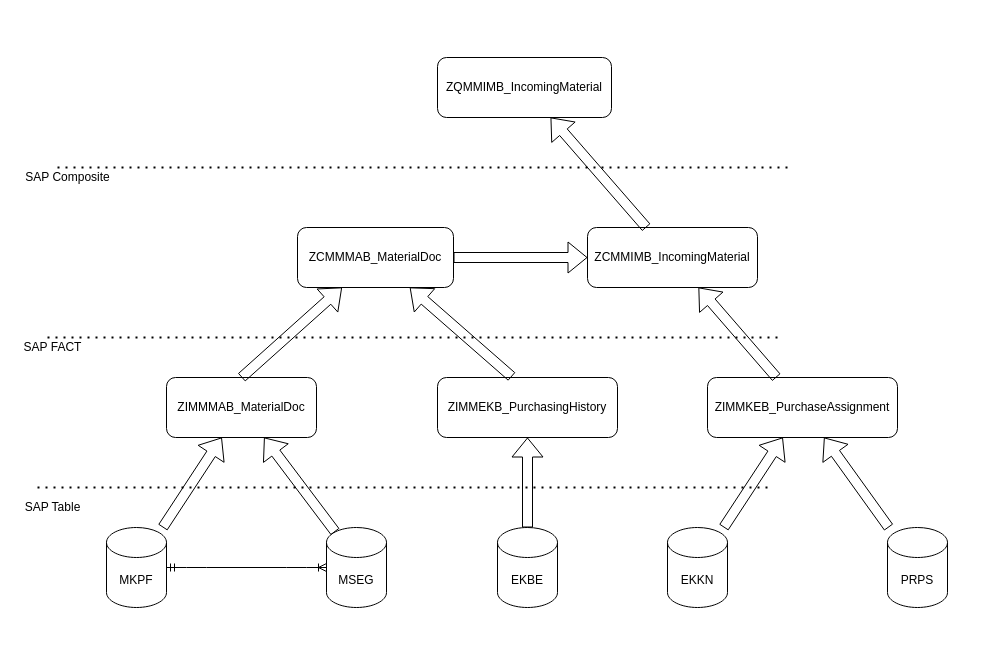
Before: 3.Wareneingang.drawio in deguotaoma/Aufgaben, a draw.io diagram. Source tidied: cells renumbered, new cells numbered last; positions are measured from the earlier drawing's top-left corner, leaving out a move shared by most shapes. Both pictures are drawn from the tidied source at 100%, with x=0, y=0 at pixel (17, 57).
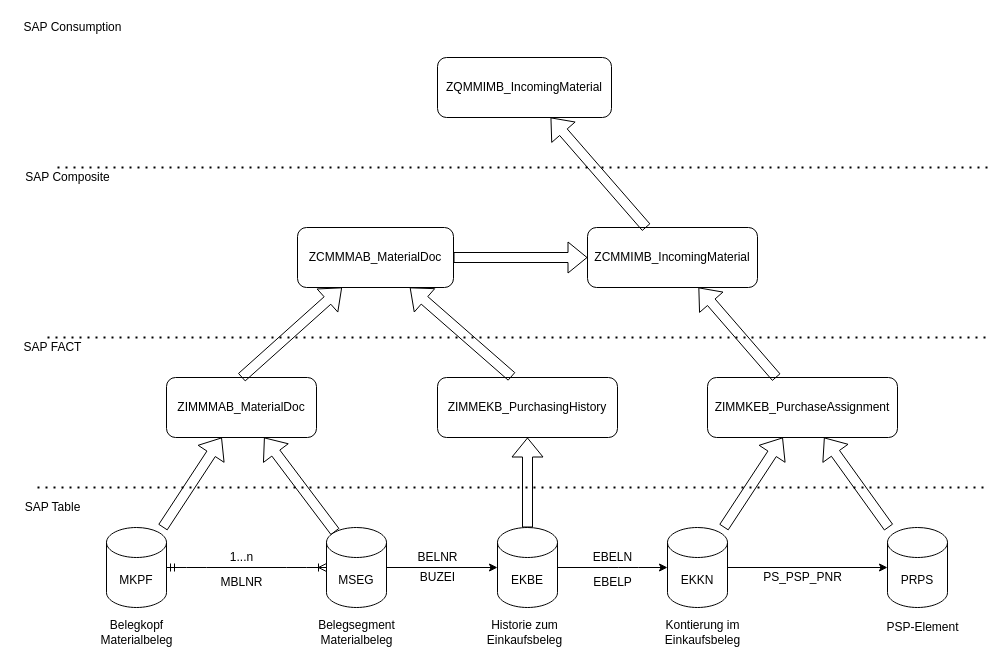
After the change.

The change refers to these unchanged cells:
```xml
<mxCell id="9" value="MSEG" style="shape=cylinder3;whiteSpace=wrap;html=1;boundedLbl=1;backgroundOutline=1;size=15;" parent="1" vertex="1">
  <mxGeometry x="309" y="470" width="60" height="80" as="geometry" />
</mxCell>
<mxCell id="14" value="EKBE" style="shape=cylinder3;whiteSpace=wrap;html=1;boundedLbl=1;backgroundOutline=1;size=15;" parent="1" vertex="1">
  <mxGeometry x="480" y="470" width="60" height="80" as="geometry" />
</mxCell>
<mxCell id="16" value="EKKN" style="shape=cylinder3;whiteSpace=wrap;html=1;boundedLbl=1;backgroundOutline=1;size=15;" parent="1" vertex="1">
  <mxGeometry x="650" y="470" width="60" height="80" as="geometry" />
</mxCell>
```

Diff of the diagram source:
```diff
@@
     <mxCell id="2" style="endArrow=none;dashed=1;html=1;dashPattern=1 3;strokeWidth=2;" parent="1" edge="1">
       <mxGeometry relative="1" as="geometry">
         <mxPoint x="20" y="430" as="sourcePoint" />
-        <mxPoint x="750" y="430" as="targetPoint" />
+        <mxPoint x="970" y="430" as="targetPoint" />
       </mxGeometry>
     </mxCell>
@@
     <mxCell id="5" style="endArrow=none;dashed=1;html=1;dashPattern=1 3;strokeWidth=2;" parent="1" edge="1">
       <mxGeometry relative="1" as="geometry">
         <mxPoint x="30" y="280" as="sourcePoint" />
-        <mxPoint x="760" y="280" as="targetPoint" />
+        <mxPoint x="970" y="280" as="targetPoint" />
       </mxGeometry>
     </mxCell>
@@
     <mxCell id="7" style="endArrow=none;dashed=1;html=1;dashPattern=1 3;strokeWidth=2;" parent="1" edge="1">
       <mxGeometry relative="1" as="geometry">
         <mxPoint x="40" y="110" as="sourcePoint" />
-        <mxPoint x="775" y="110" as="targetPoint" />
+        <mxPoint x="970" y="110" as="targetPoint" />
       </mxGeometry>
     </mxCell>
@@
+    <mxCell id="30" style="endArrow=classic;html=1;" parent="1" edge="1" source="9" target="14">
+      <mxGeometry relative="1" as="geometry" />
+    </mxCell>
+    <mxCell id="31" value="BELNR" style="text;html=1;align=center;verticalAlign=middle;strokeColor=none;" parent="1" vertex="1">
+      <mxGeometry x="390" y="490" width="60" height="20" as="geometry" />
+    </mxCell>
+    <mxCell id="32" value="BUZEI" style="text;html=1;align=center;verticalAlign=middle;strokeColor=none;" parent="1" vertex="1">
+      <mxGeometry x="395" y="510" width="50" height="20" as="geometry" />
+    </mxCell>
+    <mxCell id="33" style="endArrow=classic;html=1;entryX=0;entryY=0.5;entryDx=0;entryDy=0;entryPerimeter=0;" parent="1" edge="1" target="16">
+      <mxGeometry relative="1" as="geometry">
+        <mxPoint x="540" y="510" as="sourcePoint" />
+        <Array as="points">
+          <mxPoint x="611" y="510" />
+        </Array>
+      </mxGeometry>
+    </mxCell>
+    <mxCell id="34" value="EBELN" style="text;html=1;align=center;verticalAlign=middle;strokeColor=none;" parent="1" vertex="1">
+      <mxGeometry x="570" y="490" width="50" height="20" as="geometry" />
+    </mxCell>
+    <mxCell id="35" value="EBELP" style="text;html=1;align=center;verticalAlign=middle;strokeColor=none;" parent="1" vertex="1">
+      <mxGeometry x="570" y="515" width="50" height="20" as="geometry" />
+    </mxCell>
+    <mxCell id="36" style="endArrow=classic;html=1;" parent="1" edge="1">
+      <mxGeometry relative="1" as="geometry">
+        <mxPoint x="710" y="510" as="sourcePoint" />
+        <mxPoint x="870" y="510" as="targetPoint" />
+      </mxGeometry>
+    </mxCell>
+    <mxCell id="37" value="PS_PSP_PNR" style="text;html=1;align=center;verticalAlign=middle;strokeColor=none;" parent="1" vertex="1">
+      <mxGeometry x="740" y="510" width="90" height="20" as="geometry" />
+    </mxCell>
+    <mxCell id="38" value="Belegsegment&lt;br&gt;Materialbeleg" style="text;html=1;align=center;verticalAlign=middle;strokeColor=none;" parent="1" vertex="1">
+      <mxGeometry x="294" y="560" width="90" height="30" as="geometry" />
+    </mxCell>
+    <mxCell id="39" value="Belegkopf&lt;br&gt;Materialbeleg" style="text;html=1;align=center;verticalAlign=middle;strokeColor=none;" parent="1" vertex="1">
+      <mxGeometry x="74" y="560" width="90" height="30" as="geometry" />
+    </mxCell>
+    <mxCell id="40" value="Historie zum &lt;br&gt;Einkaufsbeleg" style="text;html=1;align=center;verticalAlign=middle;strokeColor=none;" parent="1" vertex="1">
+      <mxGeometry x="462" y="560" width="90" height="30" as="geometry" />
+    </mxCell>
+    <mxCell id="41" value="Kontierung im&lt;br&gt;Einkaufsbeleg" style="text;html=1;align=center;verticalAlign=middle;strokeColor=none;" parent="1" vertex="1">
+      <mxGeometry x="640" y="560" width="90" height="30" as="geometry" />
+    </mxCell>
+    <mxCell id="42" value="PSP-Element" style="text;html=1;align=center;verticalAlign=middle;strokeColor=none;" parent="1" vertex="1">
+      <mxGeometry x="860" y="560" width="90" height="20" as="geometry" />
+    </mxCell>
+    <mxCell id="43" value="MBLNR" style="text;html=1;align=center;verticalAlign=middle;strokeColor=none;" parent="1" vertex="1">
+      <mxGeometry x="194" y="515" width="60" height="20" as="geometry" />
+    </mxCell>
+    <mxCell id="44" value="1...n" style="text;html=1;align=center;verticalAlign=middle;strokeColor=none;" parent="1" vertex="1">
+      <mxGeometry x="204" y="490" width="40" height="20" as="geometry" />
+    </mxCell>
+    <mxCell id="45" value="SAP Consumption" style="text;html=1;align=center;verticalAlign=middle;fillColor=none;strokeColor=none;rounded=0;" parent="1" vertex="1">
+      <mxGeometry y="-40" width="110" height="20" as="geometry" />
+    </mxCell>
```
